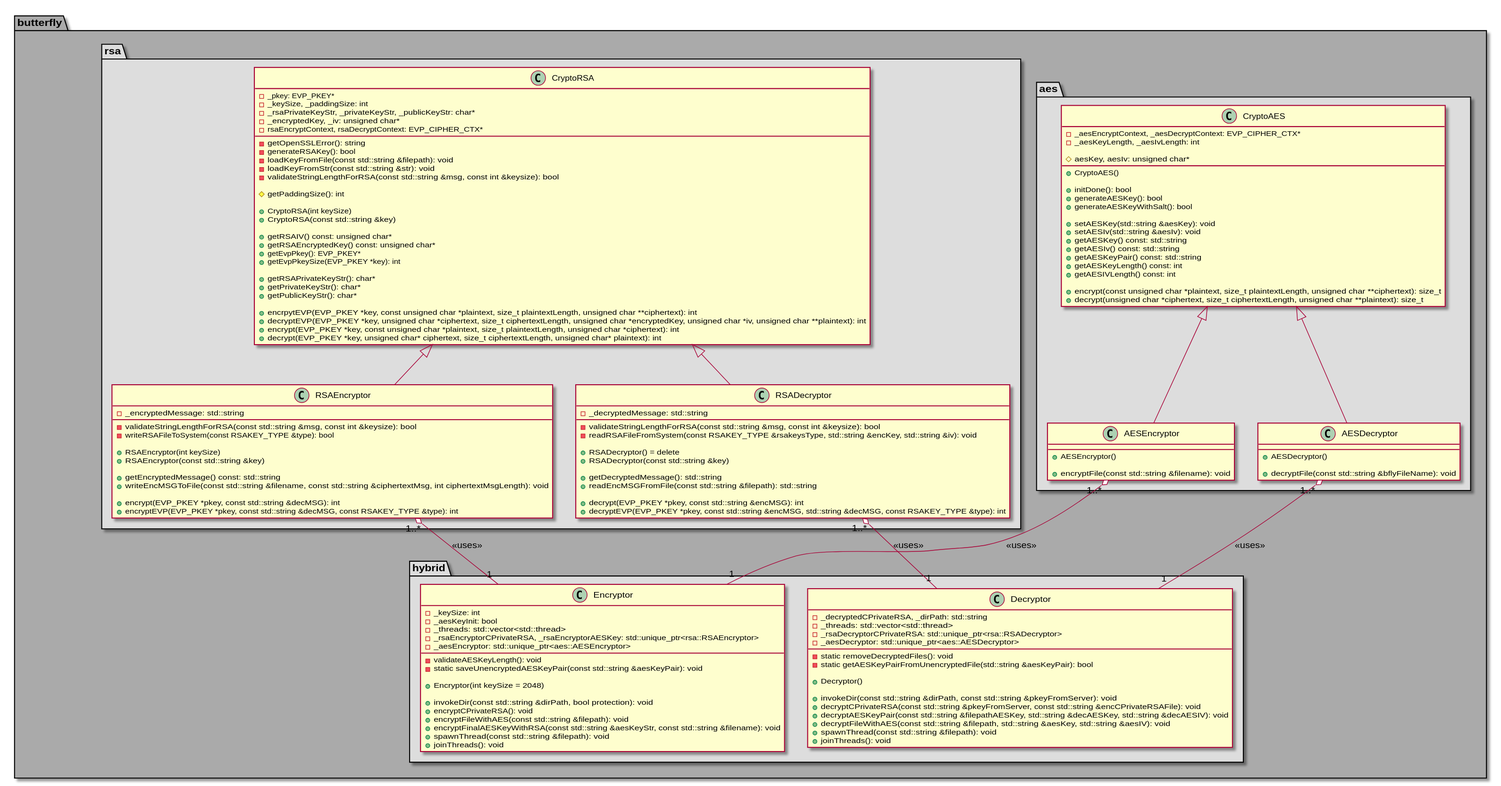
Before: architecture/class_diagrams/crypto/hybrid.svg, a diagram exported from PlantUML (bierschi/butterfly).
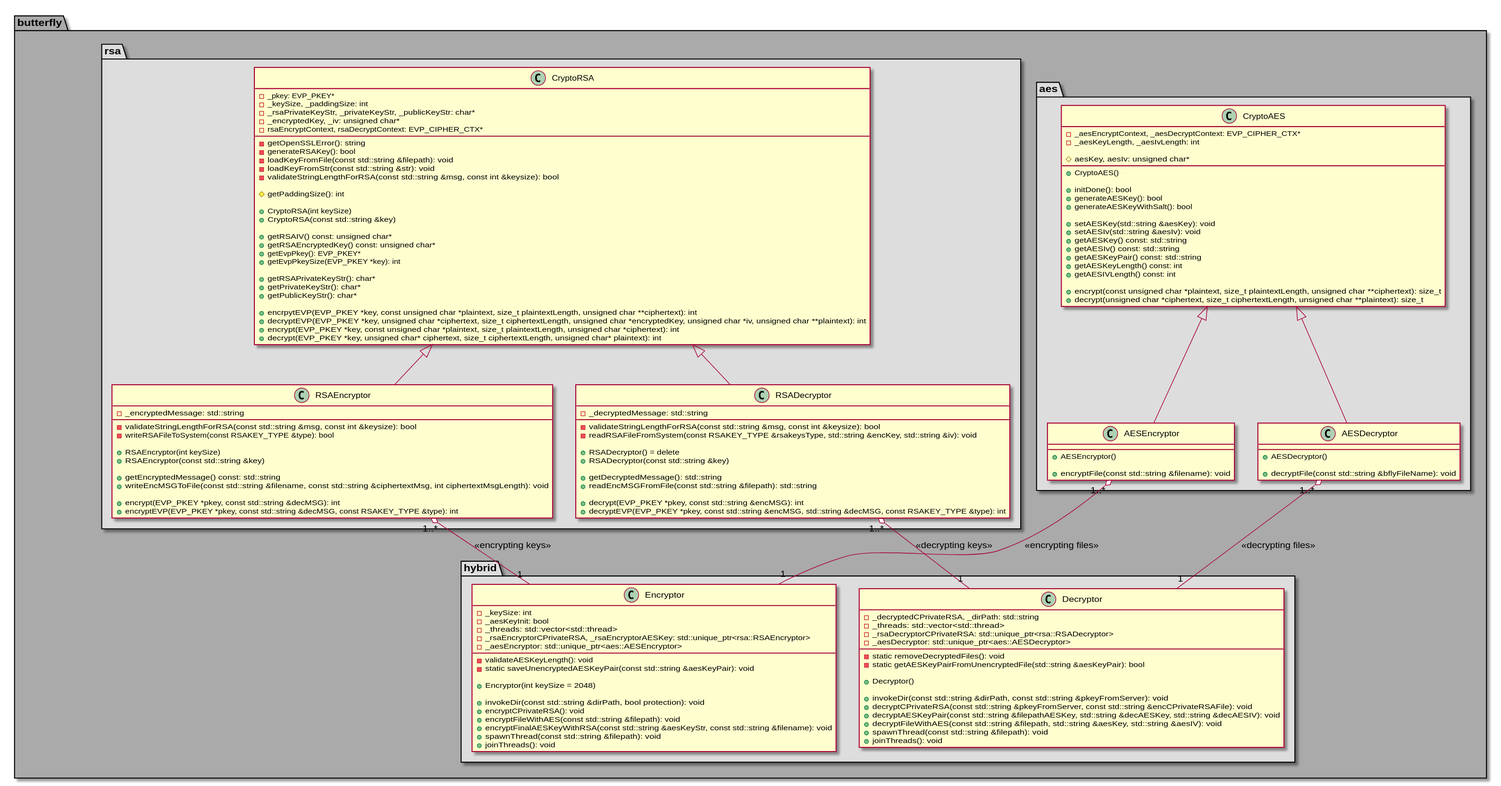
The same file after the commit.

Diff of the diagram source:
```diff
@@ -187,11 +187,11 @@
 CryptoAES <|-- AESEncryptor
 CryptoAES <|-- AESDecryptor
 
-RSAEncryptor "1..*" o-- "1" Encryptor: <<uses>>
-AESEncryptor "1..*" o-- "1" Encryptor: <<uses>>
+RSAEncryptor "1..*" o-- "1" Encryptor: <<encrypting keys>>
+AESEncryptor "1..*" o-- "1" Encryptor: <<encrypting files>>
 
-RSADecryptor "1..*" o-- "1" Decryptor: <<uses>>
-AESDecryptor "1..*" o-- "1" Decryptor: <<uses>>
+RSADecryptor "1..*" o-- "1" Decryptor: <<decrypting keys>>
+AESDecryptor "1..*" o-- "1" Decryptor: <<decrypting files>>
 
 }
 @enduml
```
